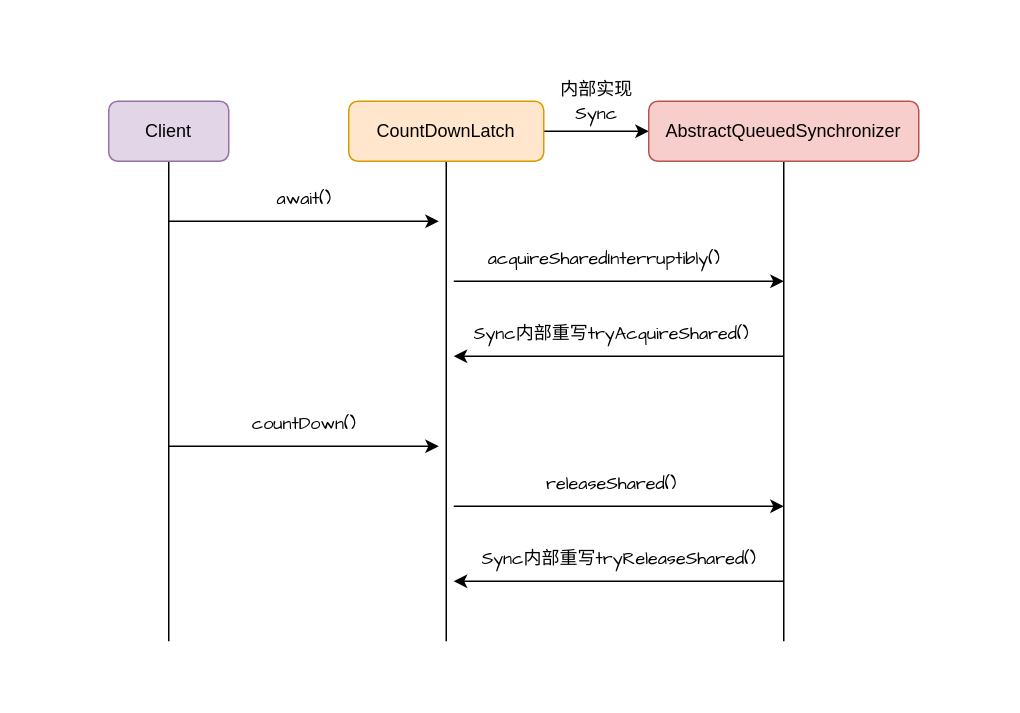
This is java/多线程.drawio from Floweryu/my-diagrams, a draw.io file, before an edit. Source tidied: cells renumbered, new cells numbered last; positions are measured from the earlier drawing's top-left corner, leaving out a move shared by most shapes. Both pictures are drawn from the tidied source at 150%, with x=0, y=0 at pixel (108, 70).
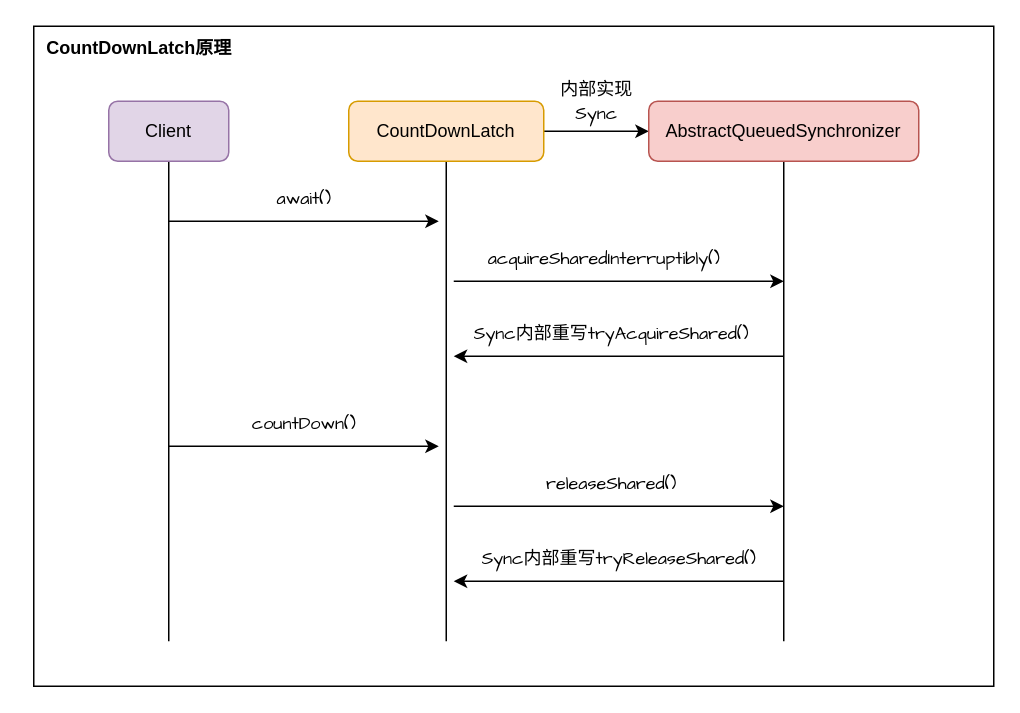
The same diagram, later.

Commit message:
更新多线程.drawio

The edit, as a diff of the source:
```diff
@@
+    <mxCell id="22" style="rounded=0;whiteSpace=wrap;html=1;" parent="1" vertex="1">
+      <mxGeometry x="-50" y="-30" width="640" height="440" as="geometry" />
+    </mxCell>
@@
+    <mxCell id="23" value="&lt;b&gt;CountDownLatch原理&lt;/b&gt;" style="text;html=1;align=center;verticalAlign=middle;strokeColor=none;fillColor=none;" parent="1" vertex="1">
+      <mxGeometry x="-55" y="-30" width="150" height="30" as="geometry" />
+    </mxCell>
```
